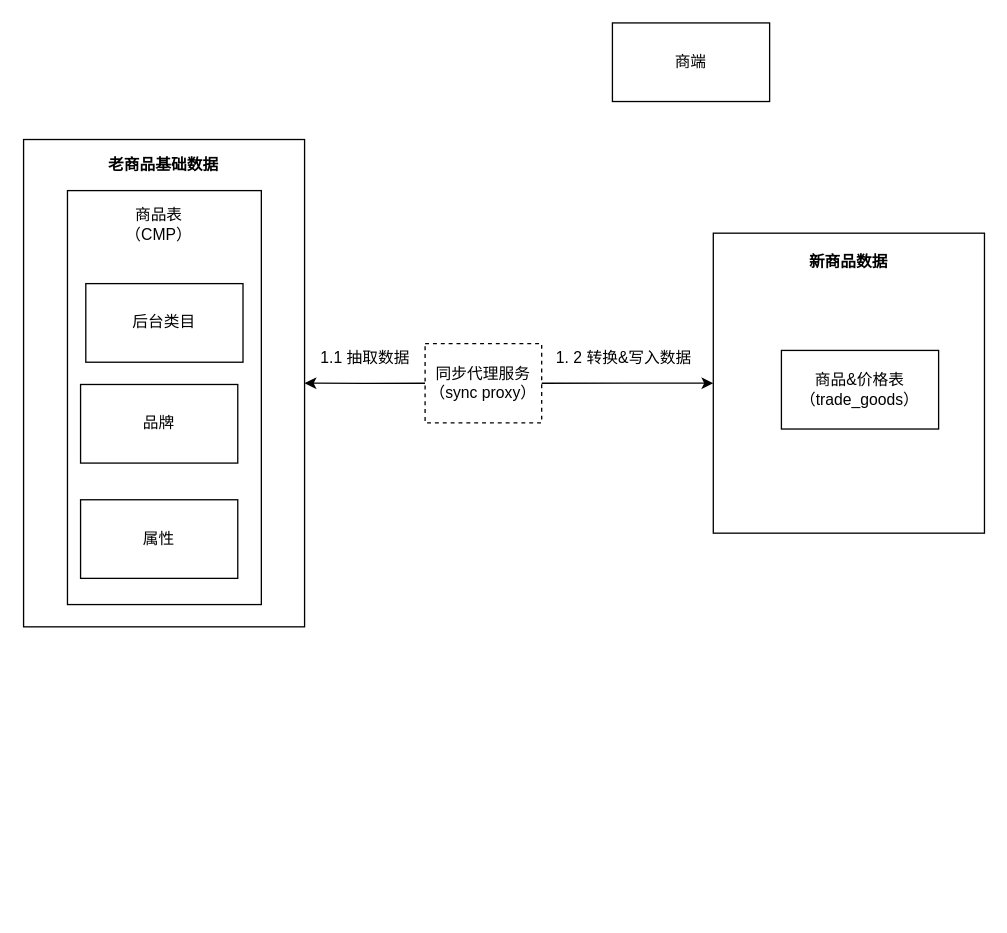
Above: page "商品老数据同步" (16 of 17) of docs/租赁平台.drawio in lokiworks/codebase (draw.io), before the change. Source tidied: cells renumbered, new cells numbered last; positions are measured from the earlier drawing's top-left corner, leaving out a move shared by most shapes. Both pictures are drawn from the tidied source at 131%, with x=0, y=0 at pixel (22, 22).
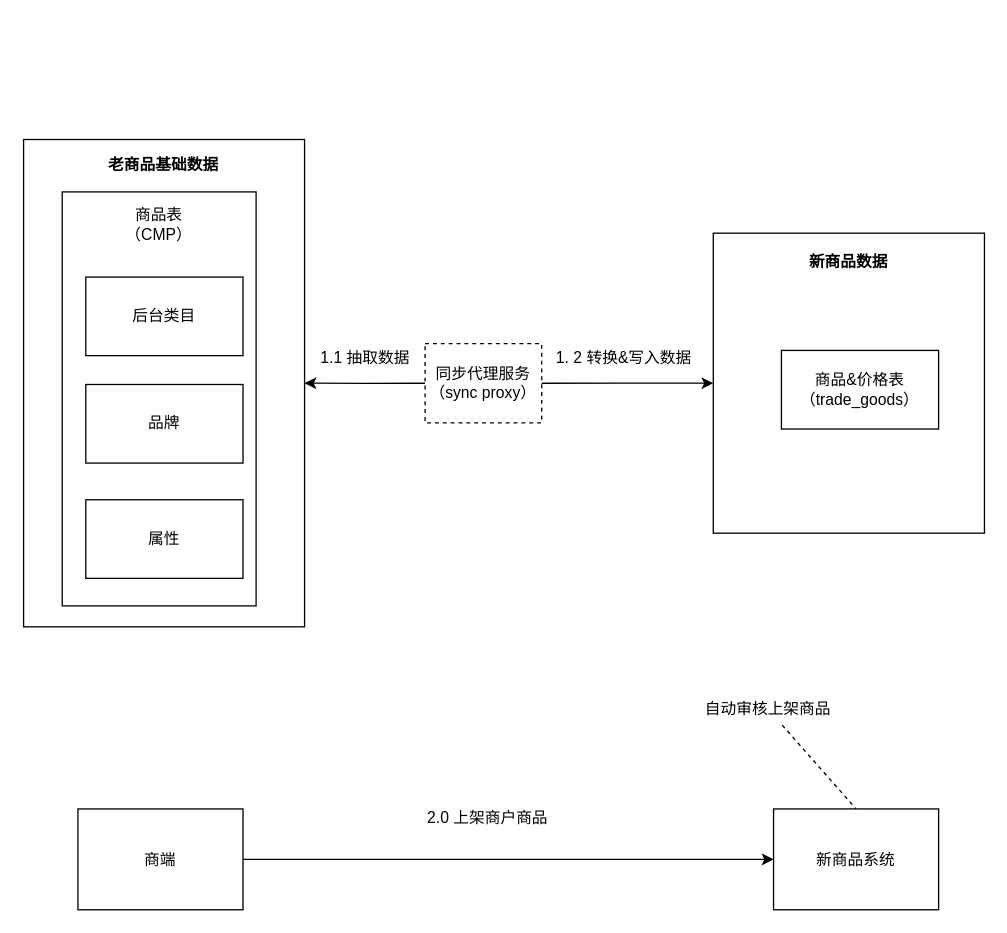
Above is the later version.

Change to the diagram source:
```diff
@@
     <mxCell id="3" style="rounded=0;whiteSpace=wrap;html=1;" parent="1" vertex="1">
-      <mxGeometry x="34" y="128" width="148" height="316" as="geometry" />
+      <mxGeometry x="30" y="129" width="148" height="316" as="geometry" />
     </mxCell>
     <mxCell id="4" value="后台类目" style="rounded=0;whiteSpace=wrap;html=1;" parent="1" vertex="1">
-      <mxGeometry x="48" y="199" width="120" height="60" as="geometry" />
+      <mxGeometry x="48" y="194" width="120" height="60" as="geometry" />
     </mxCell>
     <mxCell id="5" value="品牌" style="rounded=0;whiteSpace=wrap;html=1;" parent="1" vertex="1">
-      <mxGeometry x="44" y="276" width="120" height="60" as="geometry" />
+      <mxGeometry x="48" y="276" width="120" height="60" as="geometry" />
     </mxCell>
@@
     <mxCell id="15" value="属性" style="rounded=0;whiteSpace=wrap;html=1;" parent="1" vertex="1">
-      <mxGeometry x="44" y="364" width="120" height="60" as="geometry" />
+      <mxGeometry x="48" y="364" width="120" height="60" as="geometry" />
     </mxCell>
@@
+    <mxCell id="18" style="edgeStyle=orthogonalEdgeStyle;rounded=0;jettySize=auto;html=1;exitX=1;exitY=0.5;exitDx=0;exitDy=0;entryX=0;entryY=0.5;entryDx=0;entryDy=0;startArrow=none;startFill=0;endArrow=classic;endFill=1;" parent="1" edge="1" source="17" target="19">
+      <mxGeometry relative="1" as="geometry" />
+    </mxCell>
     <mxCell id="17" value="商端" style="rounded=0;whiteSpace=wrap;html=1;" parent="1" vertex="1">
-      <mxGeometry x="450" width="120" height="60" as="geometry" />
+      <mxGeometry x="42" y="600" width="126" height="77" as="geometry" />
     </mxCell>
+    <mxCell id="19" value="新商品系统" style="rounded=0;whiteSpace=wrap;html=1;" parent="1" vertex="1">
+      <mxGeometry x="573" y="600" width="126" height="77" as="geometry" />
+    </mxCell>
+    <mxCell id="20" value="2.0 上架商户商品" style="text;html=1;strokeColor=none;fillColor=none;align=center;verticalAlign=middle;whiteSpace=wrap;rounded=0;" parent="1" vertex="1">
+      <mxGeometry x="307" y="591" width="96" height="32" as="geometry" />
+    </mxCell>
+    <mxCell id="21" style="rounded=0;jettySize=auto;html=1;entryX=0.5;entryY=0;entryDx=0;entryDy=0;startArrow=none;startFill=0;endArrow=none;endFill=0;dashed=1;" parent="1" edge="1" source="22" target="19">
+      <mxGeometry relative="1" as="geometry" />
+    </mxCell>
+    <mxCell id="22" value="自动审核上架商品" style="text;html=1;strokeColor=none;fillColor=none;align=center;verticalAlign=middle;whiteSpace=wrap;rounded=0;" parent="1" vertex="1">
+      <mxGeometry x="517" y="512" width="104" height="24" as="geometry" />
+    </mxCell>
```
